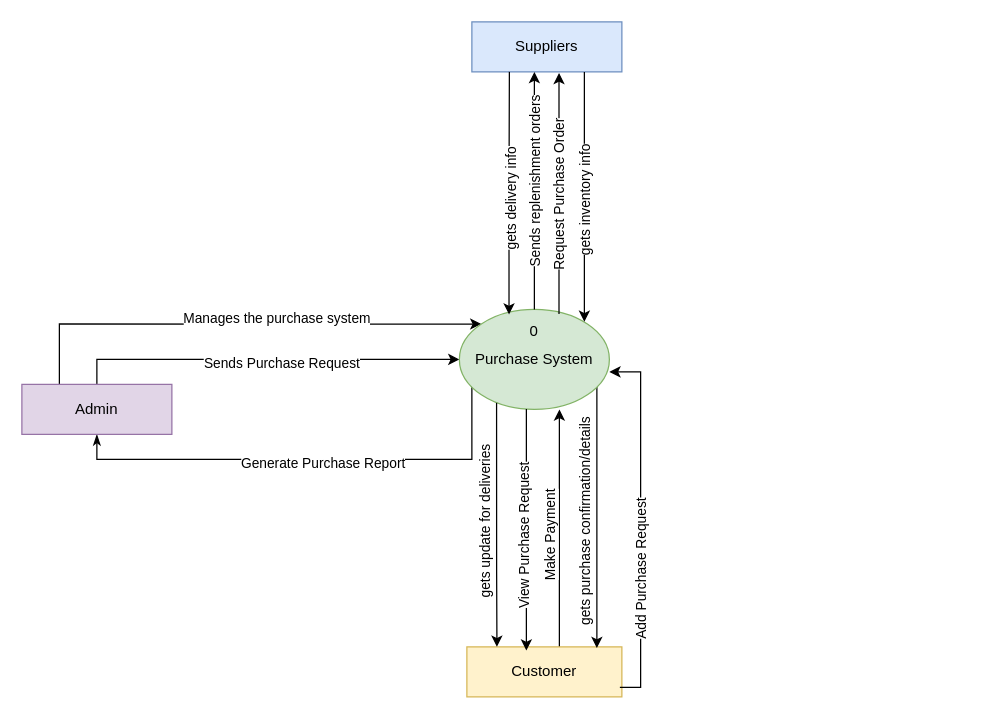
Above: Purchase Level 0.drawio in pawal-karki/DRAW.IO (draw.io), before the change. Source tidied: cells renumbered, new cells numbered last; positions are measured from the earlier drawing's top-left corner, leaving out a move shared by most shapes. Both pictures are drawn from the tidied source at 125%, with x=0, y=0 at pixel (21, 21).
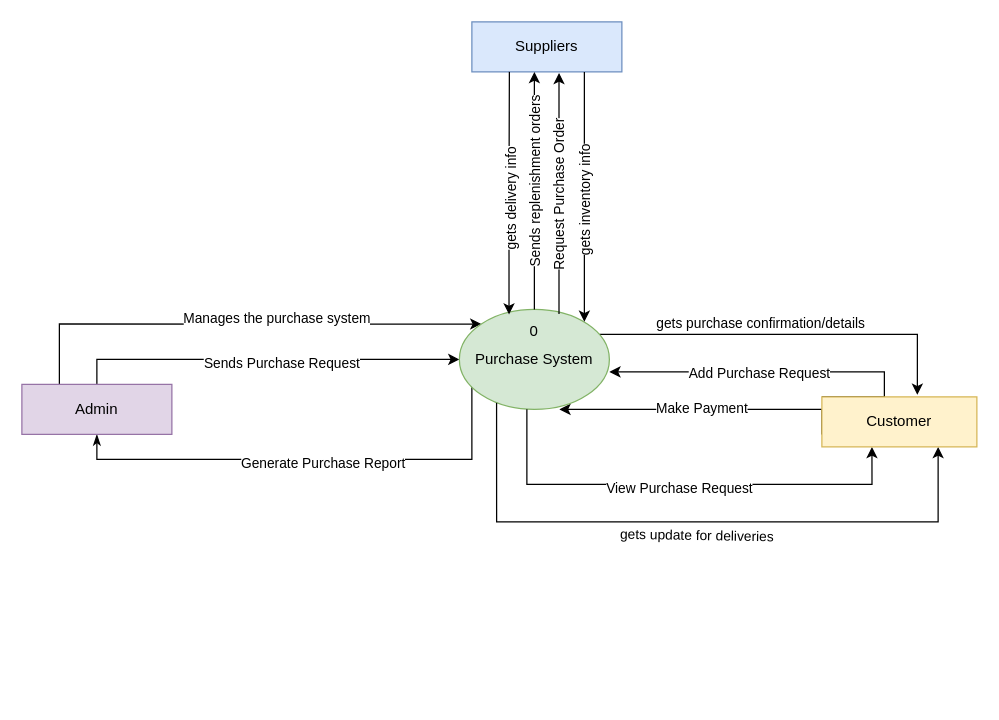
After the change.

The change refers to these unchanged cells:
```xml
<mxCell id="16" value="Purchase System" style="ellipse;whiteSpace=wrap;html=1;fillColor=#d5e8d4;strokeColor=#82b366;" parent="1" vertex="1">
  <mxGeometry x="350" y="230" width="120" height="80" as="geometry" />
</mxCell>
```

What changed in the source:
```diff
@@
-    <mxCell id="10" style="edgeStyle=orthogonalEdgeStyle;rounded=0;jettySize=auto;html=1;entryX=0.667;entryY=1;entryDx=0;entryDy=0;entryPerimeter=0;" parent="1" edge="1" source="14" target="16">
+    <mxCell id="10" style="edgeStyle=orthogonalEdgeStyle;rounded=0;jettySize=auto;html=1;entryX=0.667;entryY=1;entryDx=0;entryDy=0;entryPerimeter=0;exitX=0;exitY=0.75;exitDx=0;exitDy=0;" parent="1" edge="1" source="14" target="16">
       <mxGeometry relative="1" as="geometry">
         <Array as="points">
-          <mxPoint x="430" y="320" />
-          <mxPoint x="430" y="320" />
+          <mxPoint x="640" y="310" />
         </Array>
       </mxGeometry>
     </mxCell>
-    <mxCell id="11" value="Make Payment" style="edgeLabel;html=1;align=center;verticalAlign=middle;rotation=-90;" parent="10" vertex="1">
+    <mxCell id="11" value="Make Payment" style="edgeLabel;html=1;align=center;verticalAlign=middle;rotation=0;" parent="10" vertex="1">
       <mxGeometry x="-0.07" y="-2" relative="1" as="geometry">
         <mxPoint x="-10" as="offset" />
       </mxGeometry>
     </mxCell>
-    <mxCell id="12" value="gets purchase confirmation/details" style="edgeLabel;html=1;align=center;verticalAlign=middle;rotation=-90;" parent="10" vertex="1">
+    <mxCell id="12" value="gets purchase confirmation/details" style="edgeLabel;html=1;align=center;verticalAlign=middle;rotation=0;" parent="10" vertex="1">
       <mxGeometry x="-0.07" y="-2" relative="1" as="geometry">
-        <mxPoint x="18" y="-11" as="offset" />
+        <mxPoint x="37" y="-68" as="offset" />
       </mxGeometry>
     </mxCell>
-    <mxCell id="13" value="gets update for deliveries" style="edgeLabel;html=1;align=center;verticalAlign=middle;rotation=-90;" parent="10" vertex="1">
+    <mxCell id="13" value="gets update for deliveries" style="edgeLabel;html=1;align=center;verticalAlign=middle;rotation=1;" parent="10" vertex="1">
       <mxGeometry x="-0.07" y="-2" relative="1" as="geometry">
-        <mxPoint x="-62" y="-11" as="offset" />
+        <mxPoint x="-13" y="102" as="offset" />
       </mxGeometry>
     </mxCell>
-    <mxCell id="14" value="Customer" style="whiteSpace=wrap;html=1;fillColor=#fff2cc;strokeColor=#d6b656;" parent="1" vertex="1">
-      <mxGeometry x="356" y="500" width="124" height="40" as="geometry" />
-    </mxCell>
-    <mxCell id="15" style="edgeStyle=orthogonalEdgeStyle;rounded=0;jettySize=auto;html=1;" parent="1" edge="1" source="16">
+    <mxCell id="15" style="edgeStyle=orthogonalEdgeStyle;rounded=0;jettySize=auto;html=1;entryX=0.616;entryY=-0.04;entryDx=0;entryDy=0;entryPerimeter=0;" parent="1" edge="1" source="16" target="14">
       <mxGeometry relative="1" as="geometry">
-        <mxPoint x="460" y="501" as="targetPoint" />
         <Array as="points">
-          <mxPoint x="460" y="330" />
-          <mxPoint x="460" y="330" />
+          <mxPoint x="716" y="250" />
         </Array>
       </mxGeometry>
     </mxCell>
@@
-    <mxCell id="18" style="edgeStyle=orthogonalEdgeStyle;rounded=0;jettySize=auto;html=1;entryX=0.194;entryY=0;entryDx=0;entryDy=0;entryPerimeter=0;exitX=0.248;exitY=0.935;exitDx=0;exitDy=0;exitPerimeter=0;" parent="1" edge="1" source="16" target="14">
+    <mxCell id="18" style="edgeStyle=orthogonalEdgeStyle;rounded=0;jettySize=auto;html=1;entryX=0.75;entryY=1;entryDx=0;entryDy=0;exitX=0.248;exitY=0.935;exitDx=0;exitDy=0;exitPerimeter=0;" parent="1" edge="1" source="16" target="14">
       <mxGeometry relative="1" as="geometry">
         <Array as="points">
-          <mxPoint x="380" y="440" />
-          <mxPoint x="380" y="440" />
+          <mxPoint x="380" y="400" />
+          <mxPoint x="733" y="400" />
         </Array>
       </mxGeometry>
     </mxCell>
@@
-    <mxCell id="25" style="edgeStyle=orthogonalEdgeStyle;rounded=0;orthogonalLoop=1;jettySize=auto;html=1;entryX=1.013;entryY=0.595;entryDx=0;entryDy=0;entryPerimeter=0;exitX=1;exitY=0.5;exitDx=0;exitDy=0;" parent="1" edge="1">
+    <mxCell id="25" style="edgeStyle=orthogonalEdgeStyle;rounded=0;jettySize=auto;html=1;entryX=1.013;entryY=0.595;entryDx=0;entryDy=0;entryPerimeter=0;exitX=0;exitY=0;exitDx=0;exitDy=0;" parent="1" edge="1" source="14">
       <mxGeometry relative="1" as="geometry">
-        <mxPoint x="478.4" y="532.4" as="sourcePoint" />
         <mxPoint x="470" y="280" as="targetPoint" />
         <Array as="points">
-          <mxPoint x="495" y="532" />
-          <mxPoint x="495" y="280" />
+          <mxPoint x="690" y="300" />
+          <mxPoint x="690" y="280" />
         </Array>
       </mxGeometry>
     </mxCell>
-    <mxCell id="26" value="Add Purchase Request" style="edgeLabel;html=1;align=center;verticalAlign=middle;rotation=-90;" parent="25" vertex="1">
-      <mxGeometry x="-0.25" relative="1" as="geometry" />
+    <mxCell id="26" value="Add Purchase Request" style="edgeLabel;html=1;align=center;verticalAlign=middle;rotation=0;" parent="25" vertex="1">
+      <mxGeometry x="-0.25" relative="1" as="geometry">
+        <mxPoint x="-62" as="offset" />
+      </mxGeometry>
     </mxCell>
-    <mxCell id="27" style="edgeStyle=orthogonalEdgeStyle;rounded=0;jettySize=auto;html=1;entryX=0.384;entryY=0.075;entryDx=0;entryDy=0;entryPerimeter=0;" parent="1" edge="1" source="16" target="14">
+    <mxCell id="27" style="edgeStyle=orthogonalEdgeStyle;rounded=0;jettySize=auto;html=1;entryX=0.323;entryY=1;entryDx=0;entryDy=0;entryPerimeter=0;" parent="1" edge="1" source="16" target="14">
       <mxGeometry relative="1" as="geometry">
         <Array as="points">
-          <mxPoint x="404" y="490" />
+          <mxPoint x="404" y="370" />
+          <mxPoint x="680" y="370" />
         </Array>
       </mxGeometry>
     </mxCell>
-    <mxCell id="28" value="View Purchase Request" style="edgeLabel;html=1;align=center;verticalAlign=middle;rotation=-90;" parent="27" vertex="1">
-      <mxGeometry x="0.06" y="-2" relative="1" as="geometry" />
+    <mxCell id="28" value="View Purchase Request" style="edgeLabel;html=1;align=center;verticalAlign=middle;rotation=0;" parent="27" vertex="1">
+      <mxGeometry x="0.06" y="-2" relative="1" as="geometry">
+        <mxPoint x="-12" as="offset" />
+      </mxGeometry>
     </mxCell>
@@
+    <mxCell id="14" value="Customer" style="whiteSpace=wrap;html=1;fillColor=#fff2cc;strokeColor=#d6b656;" parent="1" vertex="1">
+      <mxGeometry x="640" y="300" width="124" height="40" as="geometry" />
+    </mxCell>
```
